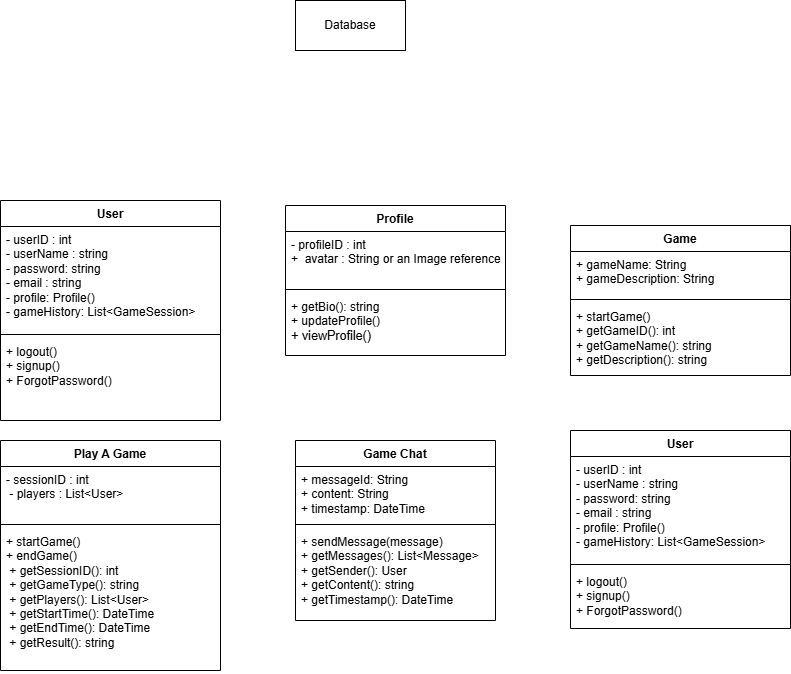
This is docs/diagrams/structure/Class Structure.drawio.png from ankondeadlarx/gitlab, a draw.io export, as it was before one commit. Source tidied: cells renumbered, new cells last; positions are measured from the earlier drawing's top-left corner, leaving out a move shared by most shapes.
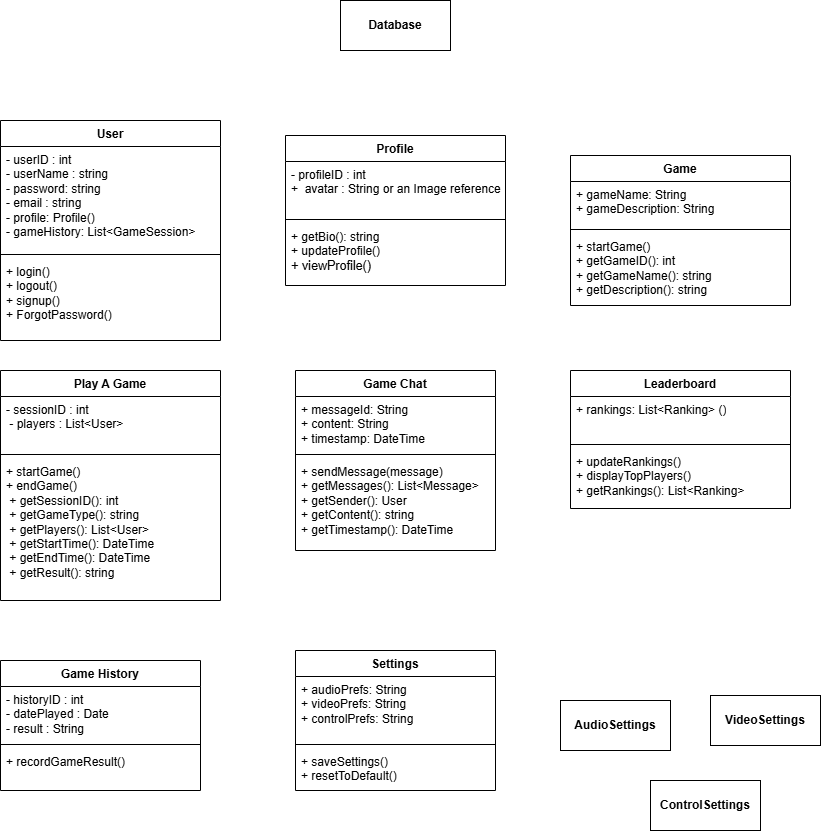
After the commit.

Commit message:
Created drafts for structure diagrams

Change to the diagram source:
```diff
@@ -3,7 +3,7 @@
     <mxCell id="0" />
     <mxCell id="1" parent="0" />
     <mxCell id="2" value="User" style="swimlane;fontStyle=1;align=center;verticalAlign=top;horizontal=1;startSize=26;whiteSpace=wrap;html=1;" parent="1" vertex="1">
-      <mxGeometry y="200" width="220" height="220" as="geometry" />
+      <mxGeometry y="190" width="220" height="220" as="geometry" />
     </mxCell>
     <mxCell id="3" value="- userID : int&lt;div&gt;- userName : string&lt;/div&gt;&lt;div&gt;- password: string&lt;/div&gt;&lt;div&gt;- email : string&lt;/div&gt;&lt;div&gt;- profile: Profile()&lt;/div&gt;&lt;div&gt;- gameHistory: List&amp;lt;GameSession&amp;gt;&lt;/div&gt;&lt;div&gt;&lt;br&gt;&lt;/div&gt;" style="text;strokeColor=none;fillColor=none;align=left;verticalAlign=top;spacingLeft=4;spacingRight=4;overflow=hidden;whiteSpace=wrap;html=1;" parent="2" vertex="1">
       <mxGeometry y="26" width="220" height="104" as="geometry" />
@@ -11,7 +11,7 @@
     <mxCell id="4" style="line;strokeWidth=1;fillColor=none;align=left;verticalAlign=middle;spacingTop=-1;spacingLeft=3;spacingRight=3;labelPosition=right;strokeColor=inherit;" parent="2" vertex="1">
       <mxGeometry y="130" width="220" height="8" as="geometry" />
     </mxCell>
-    <mxCell id="5" value="&lt;div&gt;+ logout()&amp;nbsp;&lt;/div&gt;&lt;div&gt;+ signup()&lt;br&gt;&lt;span style=&quot;background-color: transparent; color: light-dark(rgb(0, 0, 0), rgb(255, 255, 255));&quot;&gt;+ ForgotPassword()&lt;/span&gt;&lt;/div&gt;" style="text;strokeColor=none;fillColor=none;align=left;verticalAlign=top;spacingLeft=4;spacingRight=4;overflow=hidden;whiteSpace=wrap;html=1;" parent="2" vertex="1">
+    <mxCell id="5" value="&lt;div&gt;+ login()&lt;br&gt;+ logout()&amp;nbsp;&lt;/div&gt;&lt;div&gt;+ signup()&lt;br&gt;&lt;span style=&quot;background-color: transparent; color: light-dark(rgb(0, 0, 0), rgb(255, 255, 255));&quot;&gt;+ ForgotPassword()&lt;/span&gt;&lt;/div&gt;" style="text;strokeColor=none;fillColor=none;align=left;verticalAlign=top;spacingLeft=4;spacingRight=4;overflow=hidden;whiteSpace=wrap;html=1;" parent="2" vertex="1">
       <mxGeometry y="138" width="220" height="82" as="geometry" />
     </mxCell>
     <mxCell id="6" value="Profile" style="swimlane;fontStyle=1;align=center;verticalAlign=top;horizontal=1;startSize=26;whiteSpace=wrap;html=1;" parent="1" vertex="1">
@@ -26,8 +26,8 @@
     <mxCell id="9" value="&lt;div&gt;&lt;font style=&quot;color: rgb(0, 0, 0);&quot;&gt;+ getBio(): string&amp;nbsp;&lt;/font&gt;&lt;/div&gt;&lt;font style=&quot;color: rgb(0, 0, 0);&quot;&gt;+ updateProfile()&amp;nbsp;&lt;/font&gt;&lt;div&gt;&lt;pre style=&quot;font-family: var(--ds-font-family-code); overflow: auto; padding: calc(var(--ds-md-zoom)*8px)calc(var(--ds-md-zoom)*12px); text-wrap-mode: wrap; word-break: break-all; font-size: 12.573px; margin-top: 0px !important; margin-bottom: 0px !important;&quot;&gt;&lt;font&gt;&lt;font style=&quot;color: rgb(0, 0, 0);&quot;&gt;+ viewProfile&lt;/font&gt;&lt;/font&gt;()&lt;/pre&gt;&lt;/div&gt;" style="text;strokeColor=none;fillColor=none;align=left;verticalAlign=top;spacingLeft=4;spacingRight=4;overflow=hidden;whiteSpace=wrap;html=1;" parent="6" vertex="1">
       <mxGeometry y="88" width="220" height="62" as="geometry" />
     </mxCell>
-    <mxCell id="10" value="Database" style="html=1;whiteSpace=wrap;" parent="1" vertex="1">
-      <mxGeometry x="295" width="110" height="50" as="geometry" />
+    <mxCell id="10" value="&lt;b&gt;Database&lt;/b&gt;" style="html=1;whiteSpace=wrap;" parent="1" vertex="1">
+      <mxGeometry x="340" y="70" width="110" height="50" as="geometry" />
     </mxCell>
     <mxCell id="11" value="Game" style="swimlane;fontStyle=1;align=center;verticalAlign=top;horizontal=1;startSize=26;whiteSpace=wrap;html=1;" parent="1" vertex="1">
       <mxGeometry x="570" y="225" width="220" height="150" as="geometry" />
@@ -65,17 +65,50 @@
     <mxCell id="22" value="+ sendMessage(message)&lt;br/&gt;    + getMessages(): List&amp;lt;Message&amp;gt;&lt;div&gt;+ getSender(): User&lt;br/&gt;    + getContent(): string&lt;br/&gt;    + getTimestamp(): DateTime&lt;/div&gt;" style="text;strokeColor=none;fillColor=none;align=left;verticalAlign=top;spacingLeft=4;spacingRight=4;overflow=hidden;whiteSpace=wrap;html=1;" parent="19" vertex="1">
       <mxGeometry y="88" width="200" height="92" as="geometry" />
     </mxCell>
-    <mxCell id="23" value="User" style="swimlane;fontStyle=1;align=center;verticalAlign=top;horizontal=1;startSize=26;whiteSpace=wrap;html=1;" parent="1" vertex="1">
-      <mxGeometry x="570" y="430" width="220" height="198" as="geometry" />
+    <mxCell id="23" value="Leaderboard" style="swimlane;fontStyle=1;align=center;verticalAlign=top;horizontal=1;startSize=26;whiteSpace=wrap;html=1;" parent="1" vertex="1">
+      <mxGeometry x="570" y="440" width="220" height="138" as="geometry" />
     </mxCell>
-    <mxCell id="24" value="- userID : int&lt;div&gt;- userName : string&lt;/div&gt;&lt;div&gt;- password: string&lt;/div&gt;&lt;div&gt;- email : string&lt;/div&gt;&lt;div&gt;- profile: Profile()&lt;/div&gt;&lt;div&gt;- gameHistory: List&amp;lt;GameSession&amp;gt;&lt;/div&gt;&lt;div&gt;&lt;br&gt;&lt;/div&gt;" style="text;strokeColor=none;fillColor=none;align=left;verticalAlign=top;spacingLeft=4;spacingRight=4;overflow=hidden;whiteSpace=wrap;html=1;" parent="23" vertex="1">
-      <mxGeometry y="26" width="220" height="104" as="geometry" />
+    <mxCell id="24" value="&lt;div&gt;&lt;span style=&quot;background-color: transparent; color: light-dark(rgb(0, 0, 0), rgb(255, 255, 255));&quot;&gt;+ rankings: List&amp;lt;Ranking&amp;gt; ()&lt;/span&gt;&lt;/div&gt;" style="text;strokeColor=none;fillColor=none;align=left;verticalAlign=top;spacingLeft=4;spacingRight=4;overflow=hidden;whiteSpace=wrap;html=1;" parent="23" vertex="1">
+      <mxGeometry y="26" width="220" height="44" as="geometry" />
     </mxCell>
     <mxCell id="25" style="line;strokeWidth=1;fillColor=none;align=left;verticalAlign=middle;spacingTop=-1;spacingLeft=3;spacingRight=3;labelPosition=right;strokeColor=inherit;" parent="23" vertex="1">
-      <mxGeometry y="130" width="220" height="8" as="geometry" />
+      <mxGeometry y="70" width="220" height="8" as="geometry" />
     </mxCell>
-    <mxCell id="26" value="&lt;div&gt;+ logout()&amp;nbsp;&lt;/div&gt;&lt;div&gt;+ signup()&lt;br&gt;&lt;span style=&quot;background-color: transparent; color: light-dark(rgb(0, 0, 0), rgb(255, 255, 255));&quot;&gt;+ ForgotPassword()&lt;/span&gt;&lt;/div&gt;" style="text;strokeColor=none;fillColor=none;align=left;verticalAlign=top;spacingLeft=4;spacingRight=4;overflow=hidden;whiteSpace=wrap;html=1;" parent="23" vertex="1">
-      <mxGeometry y="138" width="220" height="60" as="geometry" />
+    <mxCell id="26" value="+ updateRankings()&lt;div&gt;+ displayTopPlayers()&lt;br&gt;+ getRankings(): List&amp;lt;Ranking&amp;gt;&lt;/div&gt;" style="text;strokeColor=none;fillColor=none;align=left;verticalAlign=top;spacingLeft=4;spacingRight=4;overflow=hidden;whiteSpace=wrap;html=1;" parent="23" vertex="1">
+      <mxGeometry y="78" width="220" height="60" as="geometry" />
     </mxCell>
+    <mxCell id="27" value="Game History" style="swimlane;fontStyle=1;align=center;verticalAlign=top;horizontal=1;startSize=26;whiteSpace=wrap;html=1;" parent="1" vertex="1">
+      <mxGeometry y="730" width="200" height="130" as="geometry" />
+    </mxCell>
+    <mxCell id="28" value="- historyID : int&lt;br&gt;    - datePlayed : Date&lt;br&gt;    - result : String" style="text;strokeColor=none;fillColor=none;align=left;verticalAlign=top;spacingLeft=4;spacingRight=4;overflow=hidden;whiteSpace=wrap;html=1;" parent="27" vertex="1">
+      <mxGeometry y="26" width="200" height="54" as="geometry" />
+    </mxCell>
+    <mxCell id="29" style="line;strokeWidth=1;fillColor=none;align=left;verticalAlign=middle;spacingTop=-1;spacingLeft=3;spacingRight=3;labelPosition=right;strokeColor=inherit;" parent="27" vertex="1">
+      <mxGeometry y="80" width="200" height="8" as="geometry" />
+    </mxCell>
+    <mxCell id="30" value="+ recordGameResult()" style="text;strokeColor=none;fillColor=none;align=left;verticalAlign=top;spacingLeft=4;spacingRight=4;overflow=hidden;whiteSpace=wrap;html=1;" parent="27" vertex="1">
+      <mxGeometry y="88" width="200" height="42" as="geometry" />
+    </mxCell>
+    <mxCell id="31" value="Settings" style="swimlane;fontStyle=1;align=center;verticalAlign=top;horizontal=1;startSize=26;whiteSpace=wrap;html=1;" parent="1" vertex="1">
+      <mxGeometry x="295" y="720" width="200" height="140" as="geometry" />
+    </mxCell>
+    <mxCell id="32" value="+ audioPrefs: String&amp;nbsp;&lt;div&gt;+ videoPrefs: String&amp;nbsp;&lt;/div&gt;&lt;div&gt;+ controlPrefs: String&amp;nbsp;&lt;/div&gt;" style="text;strokeColor=none;fillColor=none;align=left;verticalAlign=top;spacingLeft=4;spacingRight=4;overflow=hidden;whiteSpace=wrap;html=1;" parent="31" vertex="1">
+      <mxGeometry y="26" width="200" height="64" as="geometry" />
+    </mxCell>
+    <mxCell id="33" style="line;strokeWidth=1;fillColor=none;align=left;verticalAlign=middle;spacingTop=-1;spacingLeft=3;spacingRight=3;labelPosition=right;strokeColor=inherit;" parent="31" vertex="1">
+      <mxGeometry y="90" width="200" height="8" as="geometry" />
+    </mxCell>
+    <mxCell id="34" value="+ saveSettings()&amp;nbsp;&lt;div&gt;+ resetToDefault()&lt;/div&gt;" style="text;strokeColor=none;fillColor=none;align=left;verticalAlign=top;spacingLeft=4;spacingRight=4;overflow=hidden;whiteSpace=wrap;html=1;" parent="31" vertex="1">
+      <mxGeometry y="98" width="200" height="42" as="geometry" />
+    </mxCell>
+    <mxCell id="35" value="&lt;b&gt;AudioSettings&lt;/b&gt;" style="html=1;whiteSpace=wrap;" parent="1" vertex="1">
+      <mxGeometry x="560" y="770" width="110" height="50" as="geometry" />
+    </mxCell>
+    <mxCell id="36" value="&lt;b&gt;ControlSettings&lt;/b&gt;" style="html=1;whiteSpace=wrap;" parent="1" vertex="1">
+      <mxGeometry x="650" y="850" width="110" height="50" as="geometry" />
+    </mxCell>
+    <mxCell id="37" value="&lt;b&gt;VideoSettings&lt;/b&gt;" style="html=1;whiteSpace=wrap;" parent="1" vertex="1">
+      <mxGeometry x="710" y="765" width="110" height="50" as="geometry" />
+    </mxCell>
   </root>
 </mxGraphModel>
```
